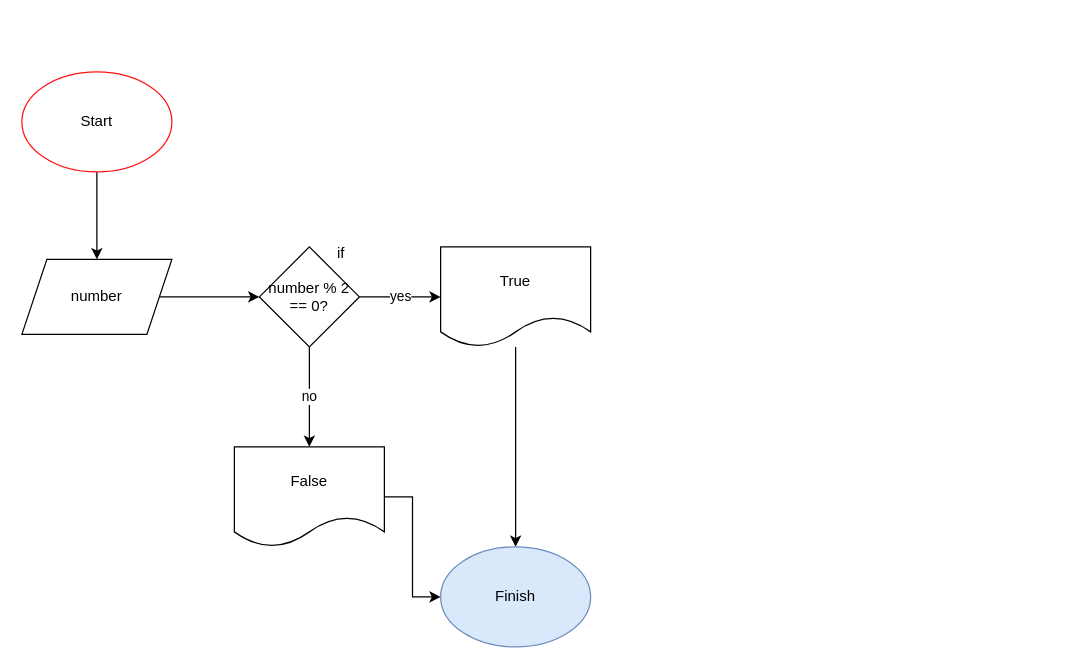
Above: page "is_even" (1 of 14) of block-schemes.drawio in yourenoticed/gb (draw.io), before the change. Source tidied: cells renumbered, new cells numbered last; positions are measured from the earlier drawing's top-left corner, leaving out a move shared by most shapes. Both pictures are drawn from the tidied source at 125%, with x=0, y=0 at pixel (21, 71).
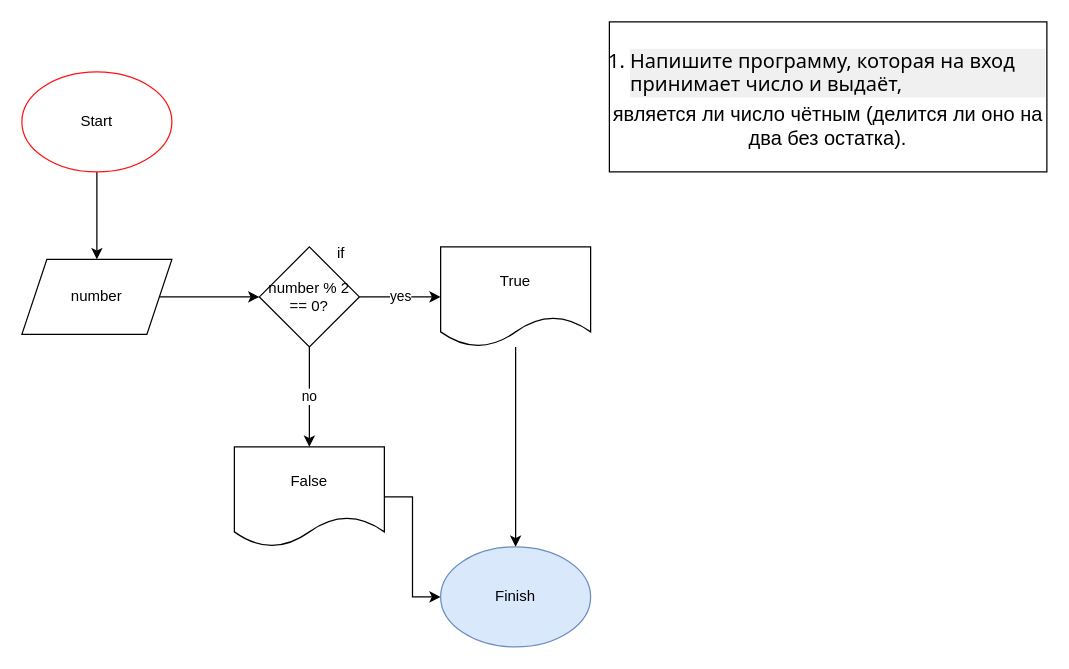
After the change.

The edit, as a diff of the source:
```diff
@@
 <mxGraphModel>
   <root>
     <mxCell id="0" />
     <mxCell id="1" parent="0" />
     <mxCell id="2" style="edgeStyle=orthogonalEdgeStyle;rounded=0;jettySize=auto;html=1;" parent="1" edge="1" source="3" target="5">
       <mxGeometry relative="1" as="geometry" />
     </mxCell>
     <mxCell id="3" value="Start" style="ellipse;whiteSpace=wrap;html=1;strokeColor=#FF1414;" parent="1" vertex="1">
       <mxGeometry width="120" height="80" as="geometry" />
     </mxCell>
     <mxCell id="4" style="edgeStyle=orthogonalEdgeStyle;rounded=0;jettySize=auto;html=1;" parent="1" edge="1" source="5" target="8">
       <mxGeometry relative="1" as="geometry" />
     </mxCell>
     <mxCell id="5" value="number" style="shape=parallelogram;perimeter=parallelogramPerimeter;whiteSpace=wrap;html=1;fixedSize=1;" parent="1" vertex="1">
       <mxGeometry y="150" width="120" height="60" as="geometry" />
     </mxCell>
     <mxCell id="6" value="no" style="edgeStyle=orthogonalEdgeStyle;rounded=0;jettySize=auto;html=1;" parent="1" edge="1" source="8" target="12">
       <mxGeometry relative="1" as="geometry" />
     </mxCell>
     <mxCell id="7" value="yes" style="edgeStyle=orthogonalEdgeStyle;rounded=0;jettySize=auto;html=1;" parent="1" edge="1" source="8" target="10">
       <mxGeometry relative="1" as="geometry" />
     </mxCell>
     <mxCell id="8" value="number % 2 == 0?" style="rhombus;whiteSpace=wrap;html=1;" parent="1" vertex="1">
       <mxGeometry x="190" y="140" width="80" height="80" as="geometry" />
     </mxCell>
     <mxCell id="9" style="edgeStyle=orthogonalEdgeStyle;rounded=0;jettySize=auto;html=1;" parent="1" edge="1" source="10" target="13">
       <mxGeometry relative="1" as="geometry" />
     </mxCell>
     <mxCell id="10" value="True" style="shape=document;whiteSpace=wrap;html=1;boundedLbl=1;" parent="1" vertex="1">
       <mxGeometry x="335" y="140" width="120" height="80" as="geometry" />
     </mxCell>
     <mxCell id="11" style="edgeStyle=orthogonalEdgeStyle;rounded=0;jettySize=auto;html=1;entryX=0;entryY=0.5;entryDx=0;entryDy=0;" parent="1" edge="1" source="12" target="13">
       <mxGeometry relative="1" as="geometry" />
     </mxCell>
     <mxCell id="12" value="False" style="shape=document;whiteSpace=wrap;html=1;boundedLbl=1;" parent="1" vertex="1">
       <mxGeometry x="170" y="300" width="120" height="80" as="geometry" />
     </mxCell>
     <mxCell id="13" value="Finish" style="ellipse;whiteSpace=wrap;html=1;fillColor=#dae8fc;strokeColor=#6c8ebf;" parent="1" vertex="1">
       <mxGeometry x="335" y="380" width="120" height="80" as="geometry" />
     </mxCell>
     <mxCell id="14" value="if" style="text;html=1;align=center;verticalAlign=middle;strokeColor=none;fillColor=none;" parent="1" vertex="1">
       <mxGeometry x="240" y="130" width="30" height="30" as="geometry" />
     </mxCell>
+    <mxCell id="15" value="&lt;ol style=&quot;margin: 4px 0px 0px 16px; padding: 0px; border: 0px; font-family: &amp;quot;gg sans&amp;quot;, &amp;quot;Noto Sans&amp;quot;, &amp;quot;Helvetica Neue&amp;quot;, Helvetica, Arial, sans-serif; vertical-align: baseline; list-style-position: outside; list-style-image: initial; text-align: left; background-color: rgba(2, 2, 2, 0.06); font-size: 16px;&quot; start=&quot;1&quot;&gt;&lt;li style=&quot;margin: 0px 0px 4px; padding: 0px; border: 0px; font-weight: inherit; font-style: inherit; font-family: inherit; vertical-align: baseline;&quot;&gt;&lt;font style=&quot;font-size: 16px;&quot;&gt;Напишите программу, которая на вход принимает число и выдаёт,&lt;/font&gt;&lt;/li&gt;&lt;/ol&gt;&lt;font style=&quot;font-size: 16px;&quot;&gt;является ли число чётным (делится ли оно на два без остатка).&lt;/font&gt;" style="whiteSpace=wrap;html=1;" parent="1" vertex="1">
+      <mxGeometry x="470" y="-40" width="350" height="120" as="geometry" />
+    </mxCell>
   </root>
 </mxGraphModel>
```
